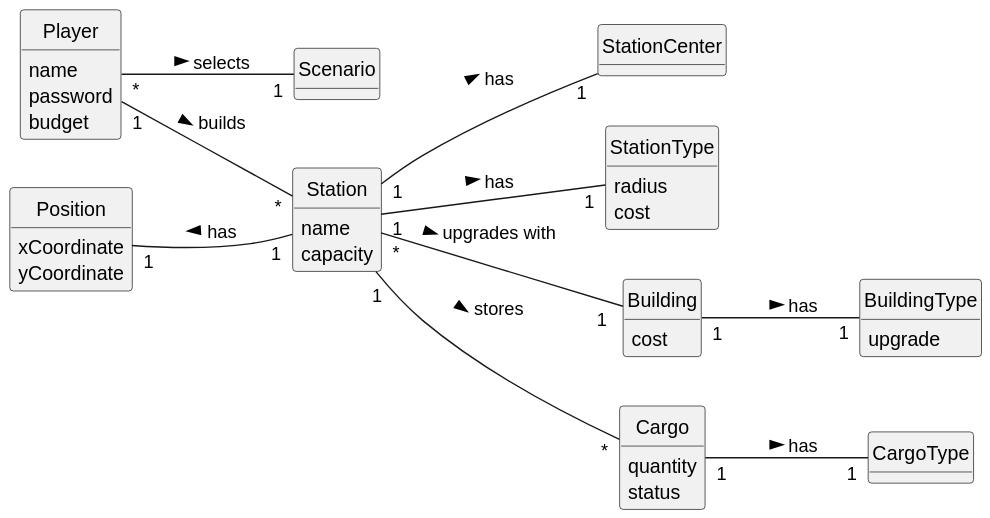
1240935/pi2-railway-simulator keeps this PlantUML diagram as Sprint2/US007/02.analysis/svg/US007-DM.svg. Above is the earlier version.
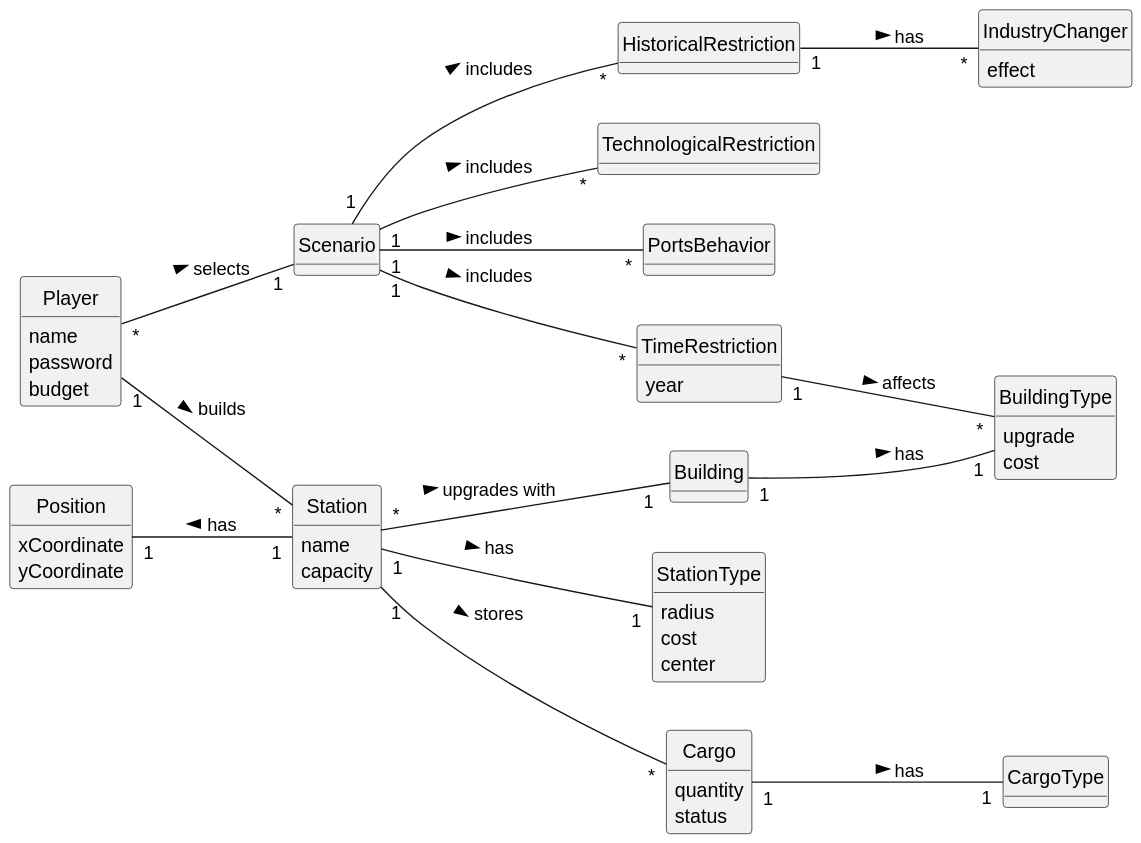
The same diagram one commit later.

Change to the diagram source:
```diff
@@ -19,20 +19,18 @@
     capacity
 }
 
-class StationCenter{
-}
-
 class StationType{
     radius
     cost
+    center
 }
 
 class Building {
-    cost
 }
 
 class BuildingType {
     upgrade
+    cost
 }
 
 class Scenario {
@@ -51,13 +49,35 @@
 class CargoType{
 }
 
+class HistoricalRestriction{
+}
+
+class TimeRestriction{
+    year
+}
+
+class TechnologicalRestriction{
+}
+
+class PortsBehavior{
+}
+
+class IndustryChanger{
+    effect
+}
+
 Player "1" -- "*" Station: builds >
 Player "*" -- "1" Scenario : selects >
 Station "*" -- "1 "Building:  upgrades with  >
 Station "1" -- "1" StationType: has >
-Station "1" -- "1" StationCenter: has >
 Building "1" -- "1" BuildingType : has >
 Position "1" -- "1" Station: has <
 Station "1" -- "*" Cargo : stores >
 Cargo "1" -- "1" CargoType: has >
+Scenario "1" -- "*" HistoricalRestriction: includes >
+Scenario "1" -- "*" TechnologicalRestriction: includes >
+Scenario "1" -- "*" TimeRestriction: includes >
+Scenario "1" -- "*" PortsBehavior: includes >
+HistoricalRestriction "1" -- "*" IndustryChanger: has >
+TimeRestriction "1" -- "*" BuildingType: affects >
 @enduml
```
